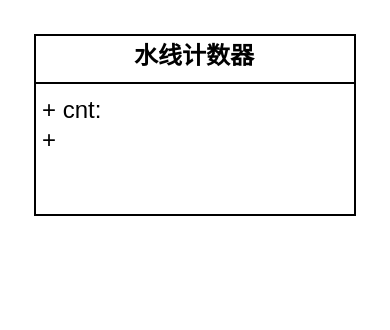
joliet0l/Diagram keeps this draw.io diagram as page "计数器" (3 of 4) of qtv2.drawio. Above is the earlier version. Source tidied: cells renumbered, new cells numbered last; positions are measured from the earlier drawing's top-left corner, leaving out a move shared by most shapes. Both pictures are drawn from the tidied source at 200%, with x=0, y=0 at pixel (34, 34).
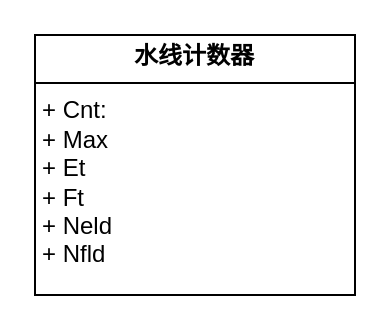
Above is the later version.

What changed in the source:
```diff
@@
 <mxGraphModel>
   <root>
     <mxCell id="0" />
     <mxCell id="1" parent="0" />
-    <mxCell id="2" value="&lt;p style=&quot;margin:0px;margin-top:4px;text-align:center;&quot;&gt;&lt;b&gt;水线计数器&lt;/b&gt;&lt;/p&gt;&lt;hr size=&quot;1&quot; style=&quot;border-style:solid;&quot;&gt;&lt;p style=&quot;margin:0px;margin-left:4px;&quot;&gt;+ cnt:&amp;nbsp;&lt;/p&gt;&lt;p style=&quot;margin:0px;margin-left:4px;&quot;&gt;+&amp;nbsp;&lt;/p&gt;&lt;p style=&quot;margin:0px;margin-left:4px;&quot;&gt;&lt;br&gt;&lt;/p&gt;" style="verticalAlign=top;align=left;overflow=fill;html=1;whiteSpace=wrap;" parent="1" vertex="1">
-      <mxGeometry width="160" height="90" as="geometry" />
+    <mxCell id="2" value="&lt;p style=&quot;margin:0px;margin-top:4px;text-align:center;&quot;&gt;&lt;b&gt;水线计数器&lt;/b&gt;&lt;/p&gt;&lt;hr size=&quot;1&quot; style=&quot;border-style:solid;&quot;&gt;&lt;p style=&quot;margin:0px;margin-left:4px;&quot;&gt;+ Cnt:&amp;nbsp;&lt;/p&gt;&lt;p style=&quot;margin:0px;margin-left:4px;&quot;&gt;+ Max&lt;/p&gt;&lt;p style=&quot;margin:0px;margin-left:4px;&quot;&gt;+ Et&lt;/p&gt;&lt;p style=&quot;margin:0px;margin-left:4px;&quot;&gt;+ Ft&lt;/p&gt;&lt;p style=&quot;margin:0px;margin-left:4px;&quot;&gt;+ Neld&lt;/p&gt;&lt;p style=&quot;margin:0px;margin-left:4px;&quot;&gt;+ Nfld&lt;/p&gt;&lt;p style=&quot;margin:0px;margin-left:4px;&quot;&gt;&lt;br&gt;&lt;/p&gt;&lt;p style=&quot;margin:0px;margin-left:4px;&quot;&gt;&lt;br&gt;&lt;/p&gt;" style="verticalAlign=top;align=left;overflow=fill;html=1;whiteSpace=wrap;" parent="1" vertex="1">
+      <mxGeometry width="160" height="130" as="geometry" />
     </mxCell>
   </root>
 </mxGraphModel>
```
